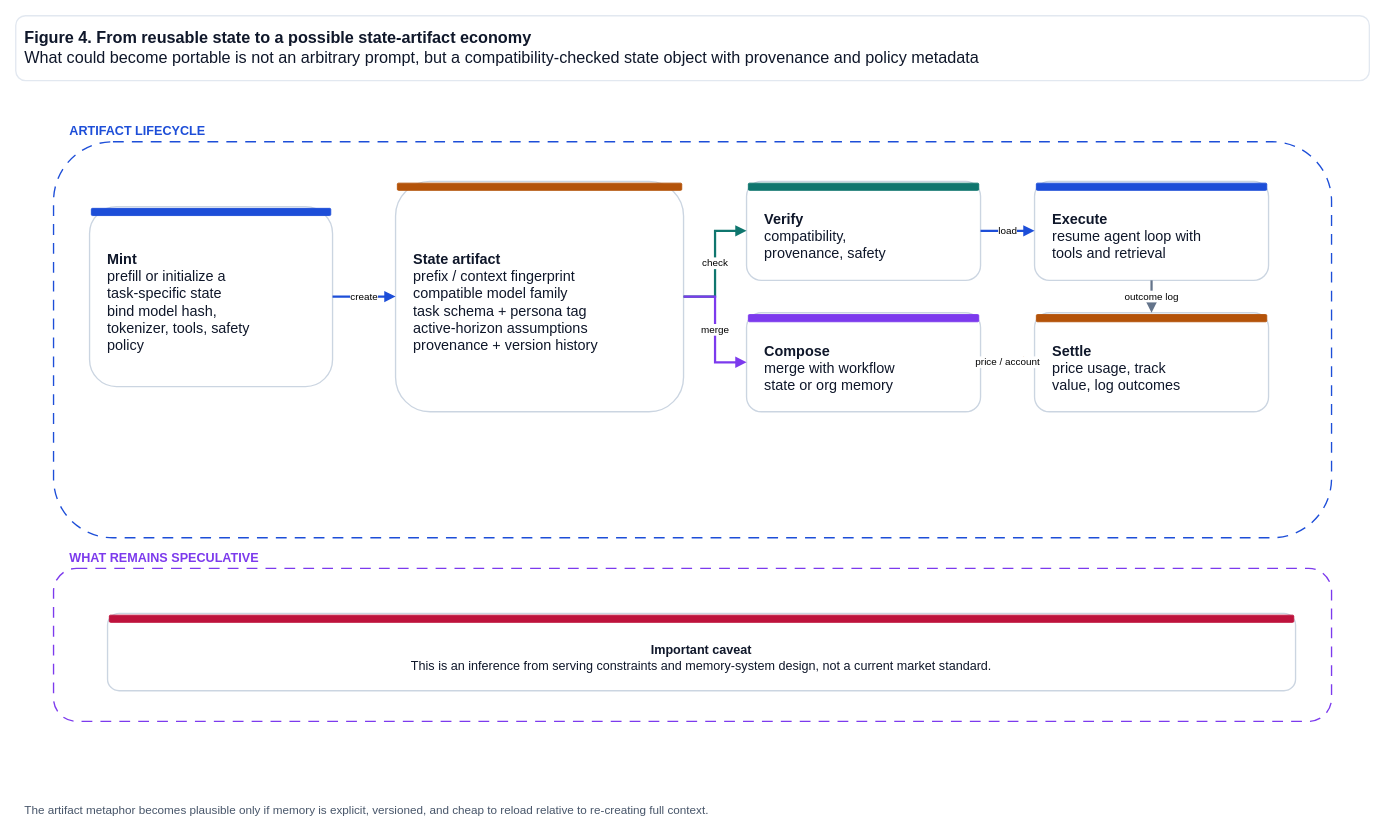
Earlier version of the draw.io diagram page "fig04_state_market" (3 of 5) of docs/state-serving-review/figures.drawio (pprp/pprp.github.io). Source tidied: cells renumbered, new cells numbered last; positions are measured from the earlier drawing's top-left corner, leaving out a move shared by most shapes. Both pictures are drawn from the tidied source at 90%, with x=0, y=0 at pixel (15, 15).
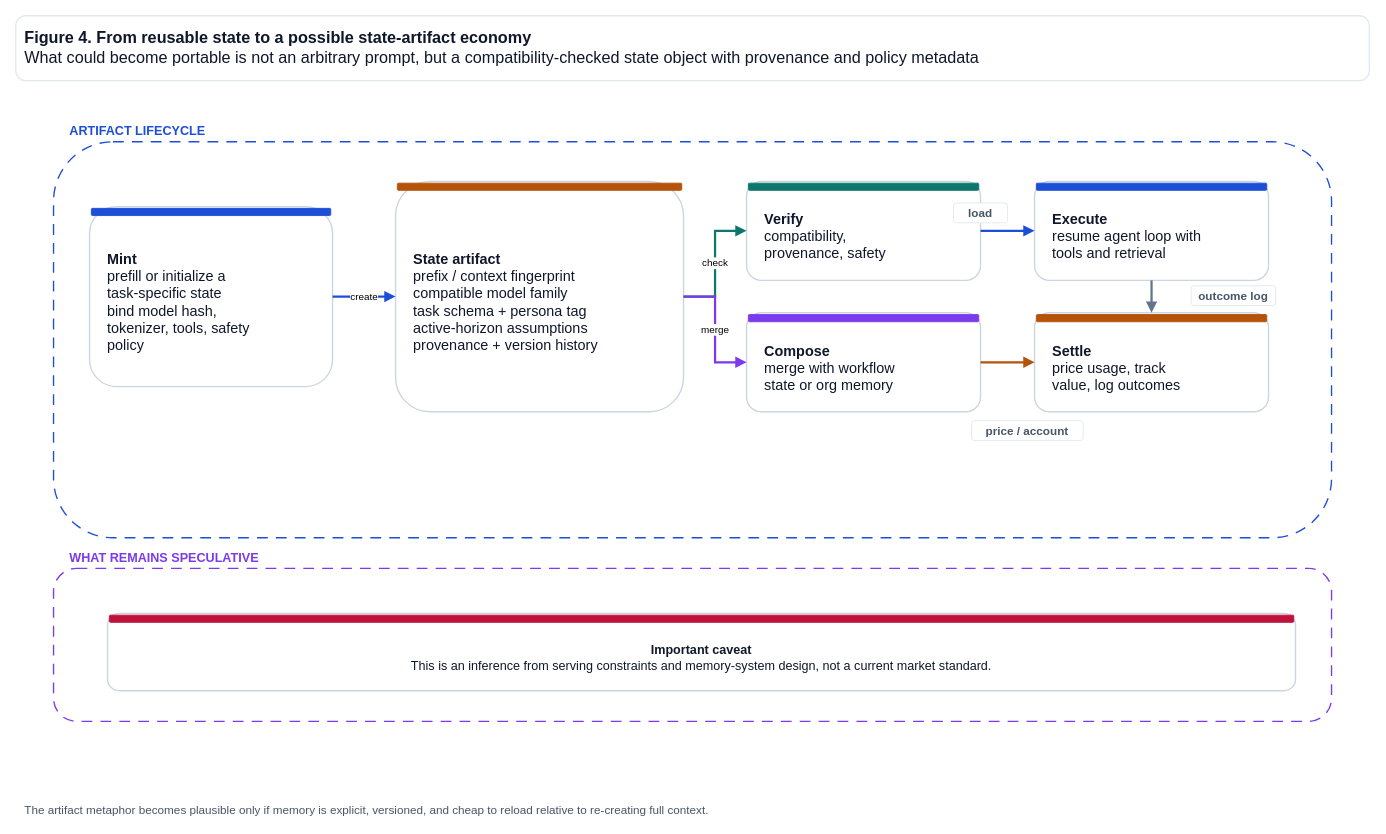
After the change.

Unchanged cells that the change refers to:
```xml
<mxCell id="11" value="&lt;b&gt;Verify&lt;/b&gt;&lt;br/&gt;compatibility,&lt;br/&gt;provenance, safety" style="rounded=1;whiteSpace=wrap;html=1;fillColor=#ffffff;strokeColor=#CBD5E1;strokeWidth=1.5;fontColor=#0F172A;fontSize=16;spacingTop=12;spacingLeft=18;spacingRight=18;align=left;verticalAlign=middle;" parent="1" vertex="1">
  <mxGeometry x="812" y="184" width="260" height="110" as="geometry" />
</mxCell>
<mxCell id="13" value="&lt;b&gt;Compose&lt;/b&gt;&lt;br/&gt;merge with workflow&lt;br/&gt;state or org memory" style="rounded=1;whiteSpace=wrap;html=1;fillColor=#ffffff;strokeColor=#CBD5E1;strokeWidth=1.5;fontColor=#0F172A;fontSize=16;spacingTop=12;spacingLeft=18;spacingRight=18;align=left;verticalAlign=middle;" parent="1" vertex="1">
  <mxGeometry x="812" y="330" width="260" height="110" as="geometry" />
</mxCell>
<mxCell id="15" value="&lt;b&gt;Execute&lt;/b&gt;&lt;br/&gt;resume agent loop with&lt;br/&gt;tools and retrieval" style="rounded=1;whiteSpace=wrap;html=1;fillColor=#ffffff;strokeColor=#CBD5E1;strokeWidth=1.5;fontColor=#0F172A;fontSize=16;spacingTop=12;spacingLeft=18;spacingRight=18;align=left;verticalAlign=middle;" parent="1" vertex="1">
  <mxGeometry x="1132" y="184" width="260" height="110" as="geometry" />
</mxCell>
<mxCell id="17" value="&lt;b&gt;Settle&lt;/b&gt;&lt;br/&gt;price usage, track&lt;br/&gt;value, log outcomes" style="rounded=1;whiteSpace=wrap;html=1;fillColor=#ffffff;strokeColor=#CBD5E1;strokeWidth=1.5;fontColor=#0F172A;fontSize=16;spacingTop=12;spacingLeft=18;spacingRight=18;align=left;verticalAlign=middle;" parent="1" vertex="1">
  <mxGeometry x="1132" y="330" width="260" height="110" as="geometry" />
</mxCell>
```

Diff of the diagram source:
```diff
@@
-    <mxCell id="24" value="load" style="edgeStyle=orthogonalEdgeStyle;rounded=0;jettySize=auto;html=1;endArrow=block;endFill=1;strokeColor=#1D4ED8;strokeWidth=2.5;" parent="1" edge="1" source="11" target="15">
+    <mxCell id="24" style="edgeStyle=orthogonalEdgeStyle;rounded=0;jettySize=auto;html=1;endArrow=block;endFill=1;strokeColor=#1D4ED8;strokeWidth=2.5;" parent="1" edge="1" source="11" target="15">
       <mxGeometry relative="1" as="geometry">
         <Array as="points">
           <mxPoint x="1072" y="240" />
           <mxPoint x="1112" y="240" />
         </Array>
       </mxGeometry>
     </mxCell>
-    <mxCell id="25" value="price / account" style="edgeStyle=orthogonalEdgeStyle;rounded=0;jettySize=auto;html=1;endArrow=block;endFill=1;strokeColor=#B45309;strokeWidth=2.5;" parent="1" edge="1" source="13" target="17">
+    <mxCell id="25" style="edgeStyle=orthogonalEdgeStyle;rounded=0;jettySize=auto;html=1;endArrow=block;endFill=1;strokeColor=#B45309;strokeWidth=2.5;" parent="1" edge="1" source="13" target="17">
       <mxGeometry relative="1" as="geometry">
         <Array as="points">
           <mxPoint x="1072" y="386" />
           <mxPoint x="1112" y="386" />
         </Array>
       </mxGeometry>
     </mxCell>
-    <mxCell id="26" value="outcome log" style="edgeStyle=orthogonalEdgeStyle;rounded=0;jettySize=auto;html=1;endArrow=block;endFill=1;strokeColor=#64748B;strokeWidth=2.5;" parent="1" edge="1" source="15" target="17">
-      <mxGeometry relative="1" as="geometry">
-        <Array as="points">
-          <mxPoint x="1262" y="294" />
-          <mxPoint x="1262" y="330" />
-        </Array>
-      </mxGeometry>
+    <mxCell id="26" style="edgeStyle=orthogonalEdgeStyle;rounded=0;jettySize=auto;html=1;endArrow=block;endFill=1;strokeColor=#64748B;strokeWidth=2.5;exitX=0.5;exitY=1;exitDx=0;exitDy=0;entryX=0.5;entryY=0;entryDx=0;entryDy=0;" parent="1" edge="1" source="15" target="17">
+      <mxGeometry relative="1" as="geometry" />
     </mxCell>
+    <mxCell id="28" value="load" style="rounded=1;whiteSpace=wrap;html=1;fillColor=#ffffff;strokeColor=#e2e8f0;strokeWidth=1;fontColor=#475569;fontSize=13;fontStyle=1;align=center;verticalAlign=middle;spacing=2;" parent="1" vertex="1">
+      <mxGeometry x="1042" y="208" width="60" height="22" as="geometry" />
+    </mxCell>
+    <mxCell id="29" value="price / account" style="rounded=1;whiteSpace=wrap;html=1;fillColor=#ffffff;strokeColor=#e2e8f0;strokeWidth=1;fontColor=#475569;fontSize=13;fontStyle=1;align=center;verticalAlign=middle;spacing=2;" parent="1" vertex="1">
+      <mxGeometry x="1062" y="450" width="124" height="22" as="geometry" />
+    </mxCell>
+    <mxCell id="30" value="outcome log" style="rounded=1;whiteSpace=wrap;html=1;fillColor=#ffffff;strokeColor=#e2e8f0;strokeWidth=1;fontColor=#475569;fontSize=13;fontStyle=1;align=center;verticalAlign=middle;spacing=2;" parent="1" vertex="1">
+      <mxGeometry x="1306" y="300" width="94" height="22" as="geometry" />
+    </mxCell>
```
